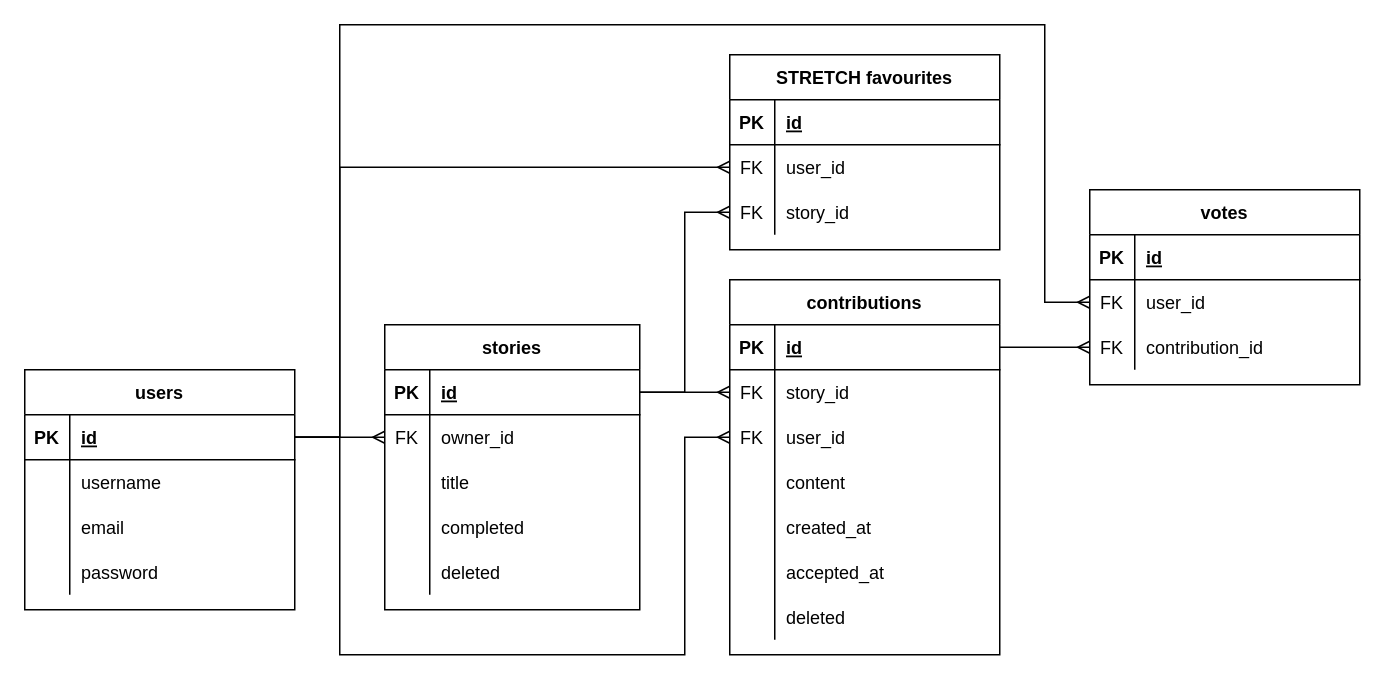
Above: docs/stories_erd.drawio in quinnvoker/StoryWriter (draw.io), before the change. Source tidied: cells renumbered, new cells numbered last; positions are measured from the earlier drawing's top-left corner, leaving out a move shared by most shapes. Both pictures are drawn from the tidied source at 150%, with x=0, y=0 at pixel (24, 24).
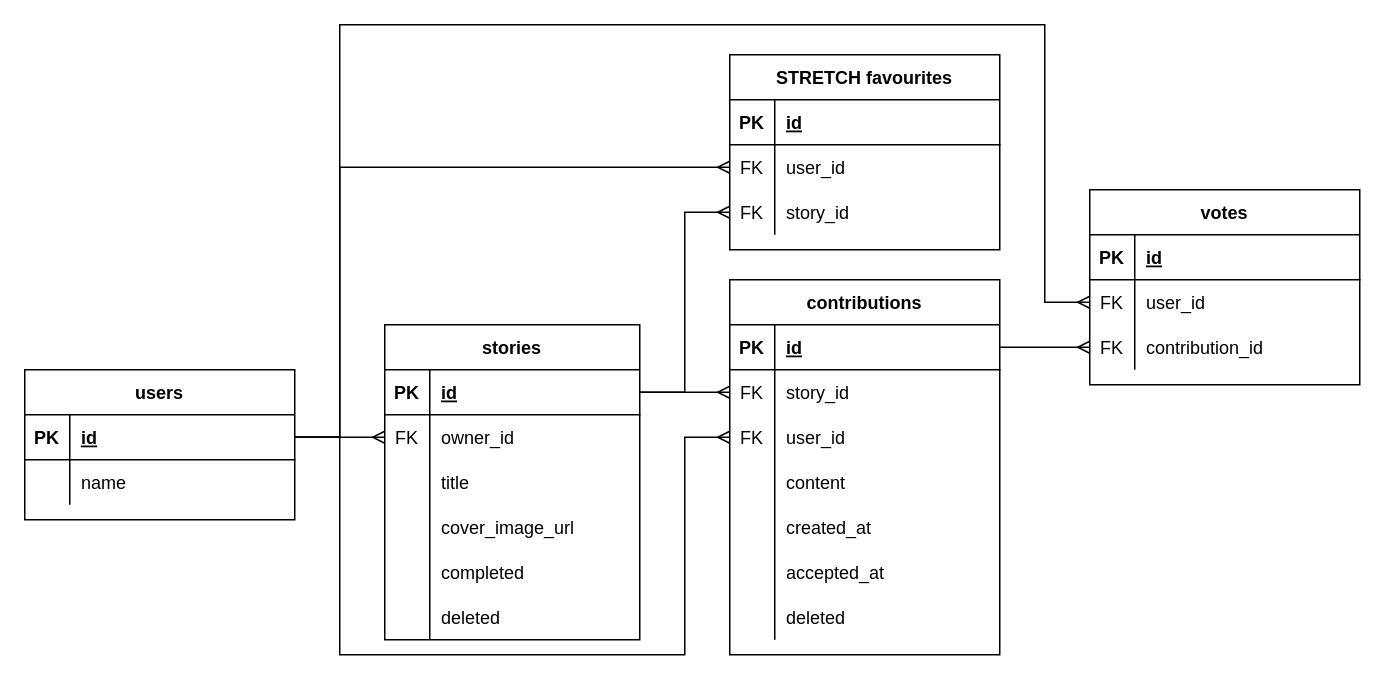
After the change.

The change refers to these unchanged cells:
```xml
<mxCell id="61" style="shape=partialRectangle;fillColor=none;top=0;left=0;bottom=0;right=0;" parent="57" vertex="1">
  <mxGeometry y="60" width="180" height="30" as="geometry" />
</mxCell>
```

What changed in the source:
```diff
@@
     <mxCell id="28" value="stories" style="shape=table;startSize=30;childLayout=tableLayout;rowLines=0;fontStyle=1;align=center;" parent="1" vertex="1">
-      <mxGeometry x="240" y="200" width="170" height="190" as="geometry" />
+      <mxGeometry x="240" y="200" width="170" height="210" as="geometry" />
     </mxCell>
@@
+    <mxCell id="80" style="shape=partialRectangle;fillColor=none;top=0;left=0;bottom=0;right=0;" parent="28" vertex="1">
+      <mxGeometry y="120" width="170" height="30" as="geometry" />
+    </mxCell>
+    <mxCell id="81" style="shape=partialRectangle;fillColor=none;top=0;left=0;bottom=0;right=0;overflow=hidden;" parent="80" vertex="1">
+      <mxGeometry width="30" height="30" as="geometry" />
+    </mxCell>
+    <mxCell id="82" value="cover_image_url" style="shape=partialRectangle;fillColor=none;top=0;left=0;bottom=0;right=0;align=left;spacingLeft=6;overflow=hidden;" parent="80" vertex="1">
+      <mxGeometry x="30" width="140" height="30" as="geometry" />
+    </mxCell>
     <mxCell id="38" style="shape=partialRectangle;fillColor=none;top=0;left=0;bottom=0;right=0;" parent="28" vertex="1">
-      <mxGeometry y="120" width="170" height="30" as="geometry" />
+      <mxGeometry y="150" width="170" height="30" as="geometry" />
     </mxCell>
@@
     <mxCell id="41" style="shape=partialRectangle;fillColor=none;top=0;left=0;bottom=0;right=0;" parent="28" vertex="1">
-      <mxGeometry y="150" width="170" height="30" as="geometry" />
+      <mxGeometry y="180" width="170" height="30" as="geometry" />
     </mxCell>
@@
     <mxCell id="57" value="users" style="shape=table;startSize=30;childLayout=tableLayout;rowLines=0;fontStyle=1;align=center;" parent="1" vertex="1">
-      <mxGeometry y="230" width="180" height="160" as="geometry" />
+      <mxGeometry y="230" width="180" height="100" as="geometry" />
     </mxCell>
@@
-    <mxCell id="63" value="username" style="shape=partialRectangle;fillColor=none;top=0;left=0;bottom=0;right=0;align=left;spacingLeft=6;overflow=hidden;" parent="61" vertex="1">
+    <mxCell id="63" value="name" style="shape=partialRectangle;fillColor=none;top=0;left=0;bottom=0;right=0;align=left;spacingLeft=6;overflow=hidden;" parent="61" vertex="1">
       <mxGeometry x="30" width="150" height="30" as="geometry" />
     </mxCell>
-    <mxCell id="64" style="shape=partialRectangle;fillColor=none;top=0;left=0;bottom=0;right=0;" parent="57" vertex="1">
-      <mxGeometry y="90" width="180" height="30" as="geometry" />
-    </mxCell>
-    <mxCell id="65" style="shape=partialRectangle;fillColor=none;top=0;left=0;bottom=0;right=0;overflow=hidden;" parent="64" vertex="1">
-      <mxGeometry width="30" height="30" as="geometry" />
-    </mxCell>
-    <mxCell id="66" value="email" style="shape=partialRectangle;fillColor=none;top=0;left=0;bottom=0;right=0;align=left;spacingLeft=6;overflow=hidden;" parent="64" vertex="1">
-      <mxGeometry x="30" width="150" height="30" as="geometry" />
-    </mxCell>
-    <mxCell id="67" style="shape=partialRectangle;fillColor=none;top=0;left=0;bottom=0;right=0;" parent="57" vertex="1">
-      <mxGeometry y="120" width="180" height="30" as="geometry" />
-    </mxCell>
-    <mxCell id="68" style="shape=partialRectangle;fillColor=none;top=0;left=0;bottom=0;right=0;overflow=hidden;" parent="67" vertex="1">
-      <mxGeometry width="30" height="30" as="geometry" />
-    </mxCell>
-    <mxCell id="69" value="password" style="shape=partialRectangle;fillColor=none;top=0;left=0;bottom=0;right=0;align=left;spacingLeft=6;overflow=hidden;" parent="67" vertex="1">
-      <mxGeometry x="30" width="150" height="30" as="geometry" />
-    </mxCell>
```
